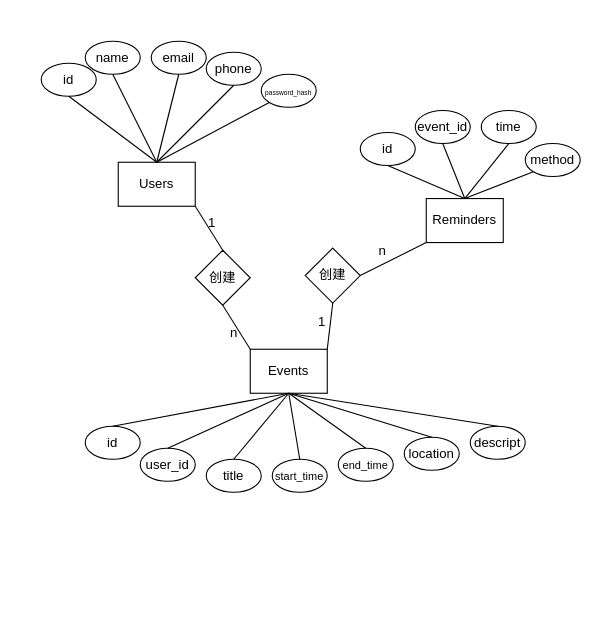
Lucawell/flaskSchedule-pepper-MVC keeps this draw.io diagram as doc/实体关系.drawio. Above is the earlier version. Source tidied: cells renumbered, new cells numbered last; positions are measured from the earlier drawing's top-left corner, leaving out a move shared by most shapes. Both pictures are drawn from the tidied source at 110%, with x=0, y=0 at pixel (41, 41).
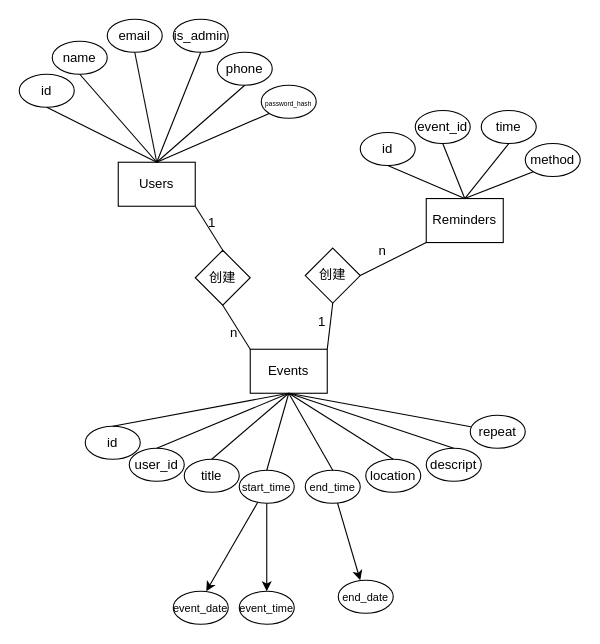
Above is the later version.

The change refers to these unchanged cells:
```xml
<mxCell id="2" value="Events" style="rounded=0;whiteSpace=wrap;html=1;" parent="1" vertex="1">
  <mxGeometry x="190" y="280" width="70" height="40" as="geometry" />
</mxCell>
<mxCell id="26" value="创建" style="rhombus;whiteSpace=wrap;html=1;" parent="1" vertex="1">
  <mxGeometry x="140" y="190" width="50" height="50" as="geometry" />
</mxCell>
```

The edit, as a diff of the source:
```diff
@@
     <mxCell id="4" value="user_id" style="ellipse;whiteSpace=wrap;html=1;" parent="1" vertex="1">
-      <mxGeometry x="90" y="370" width="50" height="30" as="geometry" />
+      <mxGeometry x="80" y="370" width="50" height="30" as="geometry" />
     </mxCell>
     <mxCell id="5" value="title" style="ellipse;whiteSpace=wrap;html=1;" parent="1" vertex="1">
-      <mxGeometry x="150" y="380" width="50" height="30" as="geometry" />
+      <mxGeometry x="130" y="380" width="50" height="30" as="geometry" />
     </mxCell>
+    <mxCell id="49" style="edgeStyle=orthogonalEdgeStyle;rounded=0;jettySize=auto;html=1;" parent="1" edge="1" source="6" target="56">
+      <mxGeometry relative="1" as="geometry" />
+    </mxCell>
+    <mxCell id="50" style="rounded=0;jettySize=auto;html=1;" parent="1" edge="1" source="6">
+      <mxGeometry relative="1" as="geometry">
+        <mxPoint x="150" y="500" as="targetPoint" />
+      </mxGeometry>
+    </mxCell>
     <mxCell id="6" value="&lt;font style=&quot;font-size: 10px;&quot;&gt;start_time&lt;/font&gt;" style="ellipse;whiteSpace=wrap;html=1;" parent="1" vertex="1">
-      <mxGeometry x="210" y="380" width="50" height="30" as="geometry" />
+      <mxGeometry x="180" y="390" width="50" height="30" as="geometry" />
     </mxCell>
@@
+    <mxCell id="51" style="rounded=0;jettySize=auto;html=1;" parent="1" edge="1" source="11">
+      <mxGeometry relative="1" as="geometry">
+        <mxPoint x="290" y="490" as="targetPoint" />
+      </mxGeometry>
+    </mxCell>
     <mxCell id="11" value="&lt;font style=&quot;font-size: 10px;&quot;&gt;end_time&lt;/font&gt;" style="ellipse;whiteSpace=wrap;html=1;" parent="1" vertex="1">
-      <mxGeometry x="270" y="370" width="50" height="30" as="geometry" />
+      <mxGeometry x="240" y="390" width="50" height="30" as="geometry" />
     </mxCell>
     <mxCell id="12" value="location" style="ellipse;whiteSpace=wrap;html=1;" parent="1" vertex="1">
-      <mxGeometry x="330" y="360" width="50" height="30" as="geometry" />
+      <mxGeometry x="295" y="380" width="50" height="30" as="geometry" />
     </mxCell>
     <mxCell id="13" value="descript" style="ellipse;whiteSpace=wrap;html=1;" parent="1" vertex="1">
-      <mxGeometry x="390" y="350" width="50" height="30" as="geometry" />
+      <mxGeometry x="350" y="370" width="50" height="30" as="geometry" />
     </mxCell>
@@
-    <mxCell id="34" style="group;" parent="1" vertex="1">
-      <mxGeometry width="250" height="150" as="geometry" />
-    </mxCell>
+    <mxCell id="46" style="group;" parent="1" vertex="1">
+      <mxGeometry x="140" y="150" width="30" height="30" as="geometry" />
+    </mxCell>
+    <mxCell id="48" value="1" style="text;html=1;align=center;verticalAlign=middle;strokeColor=none;fillColor=none;" parent="46" vertex="1">
+      <mxGeometry width="30" height="30" as="geometry" />
+    </mxCell>
-    <mxCell id="35" value="Users" style="rounded=0;whiteSpace=wrap;html=1;" parent="34" vertex="1">
+    <mxCell id="35" value="Users" style="rounded=0;whiteSpace=wrap;html=1;" parent="1" vertex="1">
       <mxGeometry x="70" y="110" width="70" height="40" as="geometry" />
     </mxCell>
-    <mxCell id="36" value="id" style="ellipse;whiteSpace=wrap;html=1;" parent="34" vertex="1">
-      <mxGeometry y="20" width="50" height="30" as="geometry" />
+    <mxCell id="36" value="id" style="ellipse;whiteSpace=wrap;html=1;" parent="1" vertex="1">
+      <mxGeometry x="-20" y="30" width="50" height="30" as="geometry" />
     </mxCell>
-    <mxCell id="37" value="name" style="ellipse;whiteSpace=wrap;html=1;" parent="34" vertex="1">
-      <mxGeometry x="40" width="50" height="30" as="geometry" />
+    <mxCell id="37" value="name" style="ellipse;whiteSpace=wrap;html=1;" parent="1" vertex="1">
+      <mxGeometry x="10" width="50" height="30" as="geometry" />
     </mxCell>
-    <mxCell id="38" value="email" style="ellipse;whiteSpace=wrap;html=1;" parent="34" vertex="1">
-      <mxGeometry x="100" width="50" height="30" as="geometry" />
+    <mxCell id="38" value="is_admin" style="ellipse;whiteSpace=wrap;html=1;" parent="1" vertex="1">
+      <mxGeometry x="120" y="-20" width="50" height="30" as="geometry" />
     </mxCell>
-    <mxCell id="39" value="phone" style="ellipse;whiteSpace=wrap;html=1;" parent="34" vertex="1">
-      <mxGeometry x="150" y="10" width="50" height="30" as="geometry" />
+    <mxCell id="39" value="phone" style="ellipse;whiteSpace=wrap;html=1;" parent="1" vertex="1">
+      <mxGeometry x="160" y="10" width="50" height="30" as="geometry" />
     </mxCell>
-    <mxCell id="40" style="endArrow=none;html=1;rounded=0;exitX=0.5;exitY=0;exitDx=0;exitDy=0;entryX=0.5;entryY=1;entryDx=0;entryDy=0;" parent="34" edge="1" source="35" target="36">
+    <mxCell id="40" style="endArrow=none;html=1;rounded=0;exitX=0.5;exitY=0;exitDx=0;exitDy=0;entryX=0.5;entryY=1;entryDx=0;entryDy=0;" parent="1" edge="1" source="35" target="36">
       <mxGeometry relative="1" as="geometry" />
     </mxCell>
-    <mxCell id="41" style="endArrow=none;html=1;rounded=0;exitX=0.5;exitY=0;exitDx=0;exitDy=0;entryX=0.5;entryY=1;entryDx=0;entryDy=0;" parent="34" edge="1" source="35" target="37">
+    <mxCell id="41" style="endArrow=none;html=1;rounded=0;exitX=0.5;exitY=0;exitDx=0;exitDy=0;entryX=0.5;entryY=1;entryDx=0;entryDy=0;" parent="1" edge="1" source="35" target="37">
       <mxGeometry relative="1" as="geometry" />
     </mxCell>
-    <mxCell id="42" style="endArrow=none;html=1;rounded=0;exitX=0.5;exitY=0;exitDx=0;exitDy=0;entryX=0.5;entryY=1;entryDx=0;entryDy=0;" parent="34" edge="1" source="35" target="38">
+    <mxCell id="42" style="endArrow=none;html=1;rounded=0;exitX=0.5;exitY=0;exitDx=0;exitDy=0;entryX=0.5;entryY=1;entryDx=0;entryDy=0;" parent="1" edge="1" source="35" target="38">
       <mxGeometry relative="1" as="geometry" />
     </mxCell>
-    <mxCell id="43" style="endArrow=none;html=1;rounded=0;exitX=0.5;exitY=1;exitDx=0;exitDy=0;entryX=0.5;entryY=0;entryDx=0;entryDy=0;" parent="34" edge="1" source="39" target="35">
+    <mxCell id="43" style="endArrow=none;html=1;rounded=0;exitX=0.5;exitY=1;exitDx=0;exitDy=0;entryX=0.5;entryY=0;entryDx=0;entryDy=0;" parent="1" edge="1" source="39" target="35">
       <mxGeometry relative="1" as="geometry" />
     </mxCell>
-    <mxCell id="44" value="&lt;font style=&quot;font-size: 6px;&quot;&gt;password_hash&lt;/font&gt;" style="ellipse;whiteSpace=wrap;html=1;" parent="34" vertex="1">
-      <mxGeometry x="200" y="30" width="50" height="30" as="geometry" />
+    <mxCell id="44" value="&lt;font style=&quot;font-size: 6px;&quot;&gt;password_hash&lt;/font&gt;" style="ellipse;whiteSpace=wrap;html=1;" parent="1" vertex="1">
+      <mxGeometry x="200" y="40" width="50" height="30" as="geometry" />
     </mxCell>
-    <mxCell id="45" style="endArrow=none;html=1;rounded=0;exitX=0;exitY=1;exitDx=0;exitDy=0;entryX=0.5;entryY=0;entryDx=0;entryDy=0;" parent="34" edge="1" source="44" target="35">
+    <mxCell id="45" style="endArrow=none;html=1;rounded=0;exitX=0;exitY=1;exitDx=0;exitDy=0;entryX=0.5;entryY=0;entryDx=0;entryDy=0;" parent="1" edge="1" source="44" target="35">
       <mxGeometry relative="1" as="geometry" />
     </mxCell>
-    <mxCell id="46" style="group;" parent="1" vertex="1">
-      <mxGeometry x="140" y="150" width="30" height="30" as="geometry" />
-    </mxCell>
-    <mxCell id="47" style="endArrow=none;html=1;rounded=0;entryX=1;entryY=1;entryDx=0;entryDy=0;exitX=0.5;exitY=0;exitDx=0;exitDy=0;" parent="46" edge="1" source="26" target="35">
+    <mxCell id="47" style="endArrow=none;html=1;rounded=0;entryX=1;entryY=1;entryDx=0;entryDy=0;exitX=0.5;exitY=0;exitDx=0;exitDy=0;" parent="1" edge="1" source="26" target="35">
       <mxGeometry relative="1" as="geometry" />
     </mxCell>
-    <mxCell id="48" value="1" style="text;html=1;align=center;verticalAlign=middle;strokeColor=none;fillColor=none;" parent="46" vertex="1">
-      <mxGeometry width="30" height="30" as="geometry" />
-    </mxCell>
+    <mxCell id="52" value="email" style="ellipse;whiteSpace=wrap;html=1;" parent="1" vertex="1">
+      <mxGeometry x="60" y="-20" width="50" height="30" as="geometry" />
+    </mxCell>
+    <mxCell id="53" style="endArrow=none;html=1;rounded=0;exitX=0.5;exitY=0;exitDx=0;exitDy=0;entryX=0.5;entryY=1;entryDx=0;entryDy=0;" parent="1" edge="1" source="35" target="52">
+      <mxGeometry relative="1" as="geometry" />
+    </mxCell>
+    <mxCell id="54" value="repeat" style="ellipse;whiteSpace=wrap;html=1;" parent="1" vertex="1">
+      <mxGeometry x="390" y="340" width="50" height="30" as="geometry" />
+    </mxCell>
+    <mxCell id="55" style="endArrow=none;html=1;rounded=0;exitX=0.01;exitY=0.349;exitDx=0;exitDy=0;entryX=0.5;entryY=1;entryDx=0;entryDy=0;exitPerimeter=0;" parent="1" edge="1" source="54" target="2">
+      <mxGeometry relative="1" as="geometry" />
+    </mxCell>
+    <mxCell id="56" value="&lt;span style=&quot;font-size: 10px;&quot;&gt;event_time&lt;/span&gt;" style="ellipse;whiteSpace=wrap;html=1;" parent="1" vertex="1">
+      <mxGeometry x="180" y="500" width="50" height="30" as="geometry" />
+    </mxCell>
+    <mxCell id="57" value="&lt;span style=&quot;font-size: 10px;&quot;&gt;event_date&lt;/span&gt;" style="ellipse;whiteSpace=wrap;html=1;" parent="1" vertex="1">
+      <mxGeometry x="120" y="500" width="50" height="30" as="geometry" />
+    </mxCell>
+    <mxCell id="58" value="&lt;span style=&quot;font-size: 10px;&quot;&gt;end_date&lt;/span&gt;" style="ellipse;whiteSpace=wrap;html=1;" parent="1" vertex="1">
+      <mxGeometry x="270" y="490" width="50" height="30" as="geometry" />
+    </mxCell>
```
